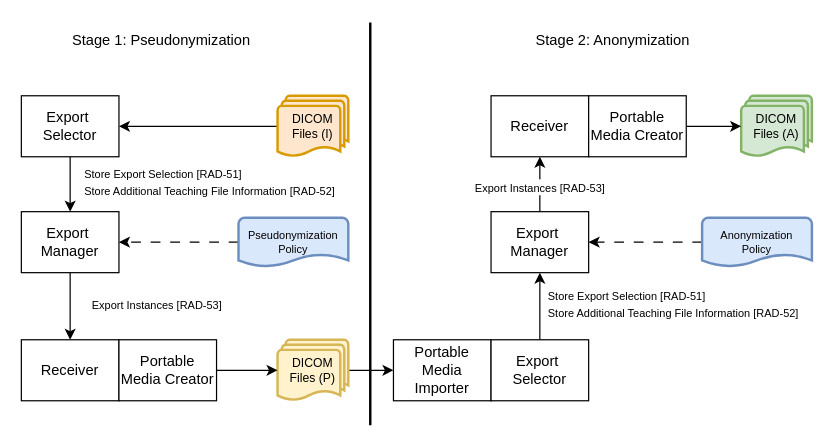
The draw.io diagram input/images-source/example-multi-stage-deid-dicom.drawio in IHE/ITI.DeIdHandbook, before the edit. Source tidied: cells renumbered, new cells numbered last; positions are measured from the earlier drawing's top-left corner, leaving out a move shared by most shapes. Both pictures are drawn from the tidied source at 122%, with x=0, y=0 at pixel (21, 22).
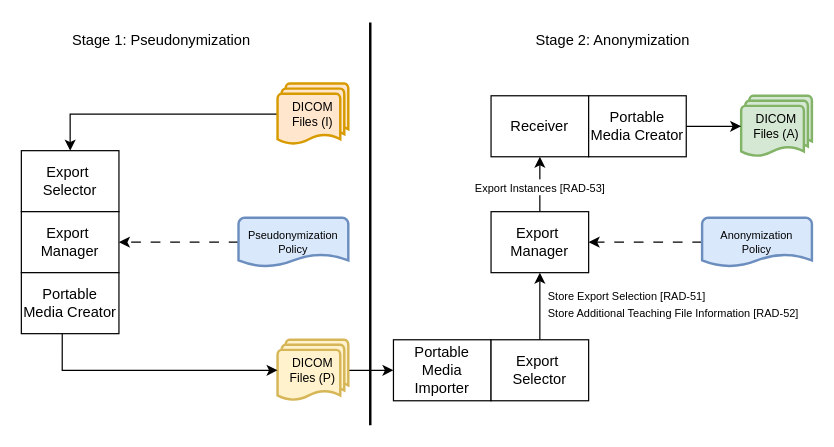
The same diagram, later.

Commit message (it also covers changes not shown here):
Export DICOM multi-stage de-identification diagram to PNG

- Export example-multi-stage-deid-dicom.drawio to PNG format
- Update .gitignore to exclude draw.io backup files (*.bkp)
- Update dicom-example.md content

Unchanged cells that the change refers to:
```xml
<mxCell id="7" value="Export&amp;nbsp;&lt;div&gt;Manager&lt;/div&gt;" style="rounded=0;whiteSpace=wrap;html=1;" parent="1" vertex="1">
  <mxGeometry y="155" width="80" height="50" as="geometry" />
</mxCell>
<mxCell id="20" value="DICOM Files (P)" style="strokeWidth=2;html=1;shape=mxgraph.flowchart.multi-document;whiteSpace=wrap;fontSize=10;fillColor=#fff2cc;strokeColor=#d6b656;" parent="1" vertex="1">
  <mxGeometry x="210" y="260" width="58" height="50" as="geometry" />
</mxCell>
```

Diff of the diagram source:
```diff
@@
-    <mxCell id="2" style="edgeStyle=orthogonalEdgeStyle;rounded=0;jettySize=auto;html=1;entryX=0.5;entryY=0;entryDx=0;entryDy=0;" parent="1" edge="1" source="4" target="7">
-      <mxGeometry relative="1" as="geometry" />
-    </mxCell>
-    <mxCell id="3" value="&lt;font style=&quot;font-size: 9px;&quot;&gt;Store Export Selection [RAD-51]&lt;/font&gt;&lt;div&gt;&lt;font style=&quot;font-size: 9px;&quot;&gt;Store Additional Teaching File Information [RAD-52]&lt;/font&gt;&lt;/div&gt;" style="edgeLabel;html=1;align=left;verticalAlign=middle;" parent="2" vertex="1">
-      <mxGeometry x="-0.28" y="-1" relative="1" as="geometry">
-        <mxPoint x="11" y="4" as="offset" />
-      </mxGeometry>
-    </mxCell>
     <mxCell id="4" value="Export&amp;nbsp;&lt;div&gt;Selector&lt;/div&gt;" style="rounded=0;whiteSpace=wrap;html=1;" parent="1" vertex="1">
-      <mxGeometry y="60" width="80" height="50" as="geometry" />
+      <mxGeometry y="105" width="80" height="50" as="geometry" />
     </mxCell>
-    <mxCell id="5" style="edgeStyle=orthogonalEdgeStyle;rounded=0;jettySize=auto;html=1;" parent="1" edge="1" source="7" target="8">
-      <mxGeometry relative="1" as="geometry" />
-    </mxCell>
-    <mxCell id="6" value="&lt;font style=&quot;font-size: 9px;&quot;&gt;Export Instances [RAD-53]&lt;/font&gt;" style="edgeLabel;html=1;align=center;verticalAlign=middle;" parent="5" vertex="1">
-      <mxGeometry x="-0.32" y="2" relative="1" as="geometry">
-        <mxPoint x="68" y="6" as="offset" />
-      </mxGeometry>
-    </mxCell>
@@
-    <mxCell id="8" value="Receiver" style="rounded=0;whiteSpace=wrap;html=1;" parent="1" vertex="1">
-      <mxGeometry y="260" width="80" height="50" as="geometry" />
-    </mxCell>
     <mxCell id="9" value="Portable Media Creator" style="rounded=0;whiteSpace=wrap;html=1;" parent="1" vertex="1">
-      <mxGeometry x="80" y="260" width="80" height="50" as="geometry" />
+      <mxGeometry y="205" width="80" height="50" as="geometry" />
     </mxCell>
@@
-    <mxCell id="21" style="edgeStyle=orthogonalEdgeStyle;rounded=0;jettySize=auto;html=1;entryX=0;entryY=0.5;entryDx=0;entryDy=0;entryPerimeter=0;" parent="1" edge="1" source="9" target="20">
+    <mxCell id="21" style="edgeStyle=orthogonalEdgeStyle;rounded=0;jettySize=auto;html=1;entryX=0;entryY=0.5;entryDx=0;entryDy=0;entryPerimeter=0;exitX=0.419;exitY=0.988;exitDx=0;exitDy=0;exitPerimeter=0;" parent="1" edge="1" source="9" target="20">
       <mxGeometry relative="1" as="geometry" />
     </mxCell>
@@
-    <mxCell id="24" style="edgeStyle=orthogonalEdgeStyle;rounded=0;jettySize=auto;html=1;entryX=1;entryY=0.5;entryDx=0;entryDy=0;" parent="1" edge="1" source="25" target="4">
+    <mxCell id="24" style="edgeStyle=orthogonalEdgeStyle;rounded=0;jettySize=auto;html=1;entryX=0.5;entryY=0;entryDx=0;entryDy=0;" parent="1" edge="1" source="25" target="4">
       <mxGeometry relative="1" as="geometry" />
     </mxCell>
     <mxCell id="25" value="DICOM Files (I)" style="strokeWidth=2;html=1;shape=mxgraph.flowchart.multi-document;whiteSpace=wrap;fontSize=10;fillColor=#ffe6cc;strokeColor=#d79b00;" parent="1" vertex="1">
-      <mxGeometry x="210" y="60" width="58" height="50" as="geometry" />
+      <mxGeometry x="210" y="50" width="58" height="50" as="geometry" />
     </mxCell>
```
